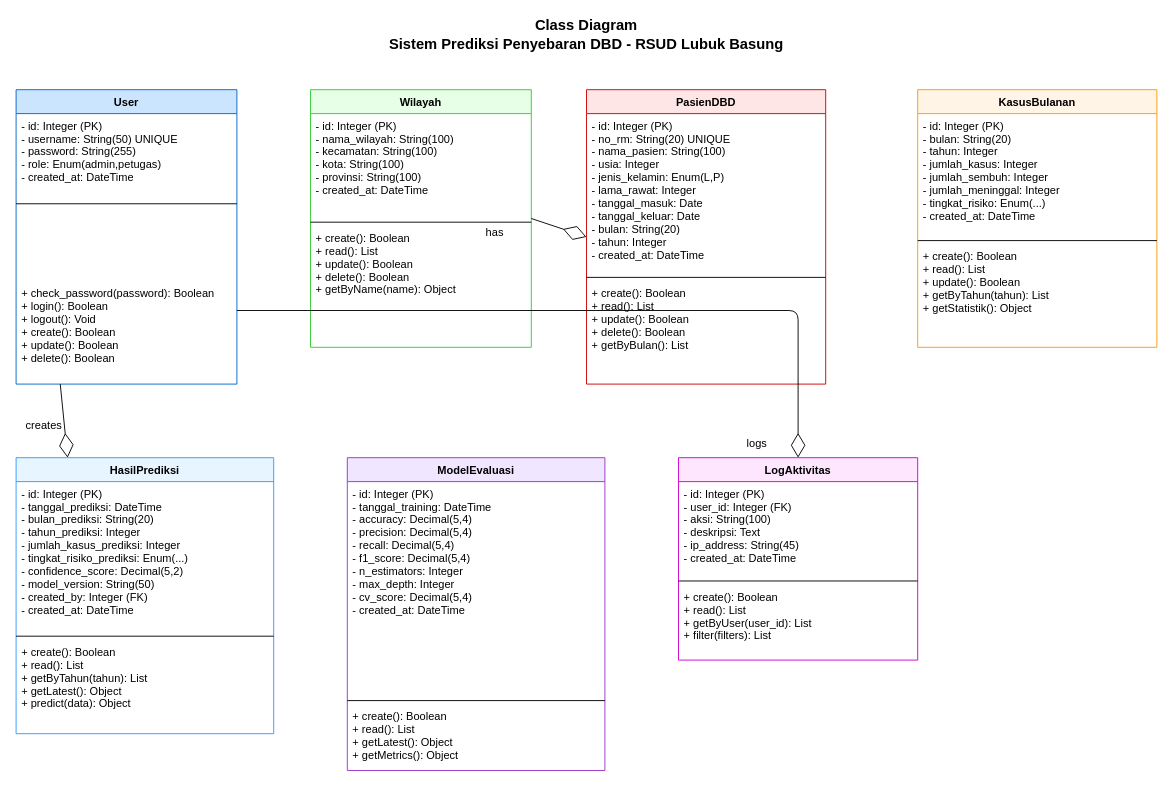
This is Dokumen/UML/class_diagram.drawio from Suwardi87/prediksi-DBD, a draw.io file, before an edit. Source tidied: cells renumbered, new cells numbered last; positions are measured from the earlier drawing's top-left corner, leaving out a move shared by most shapes. Both pictures are drawn from the tidied source at 92%, with x=0, y=0 at pixel (16, 16).
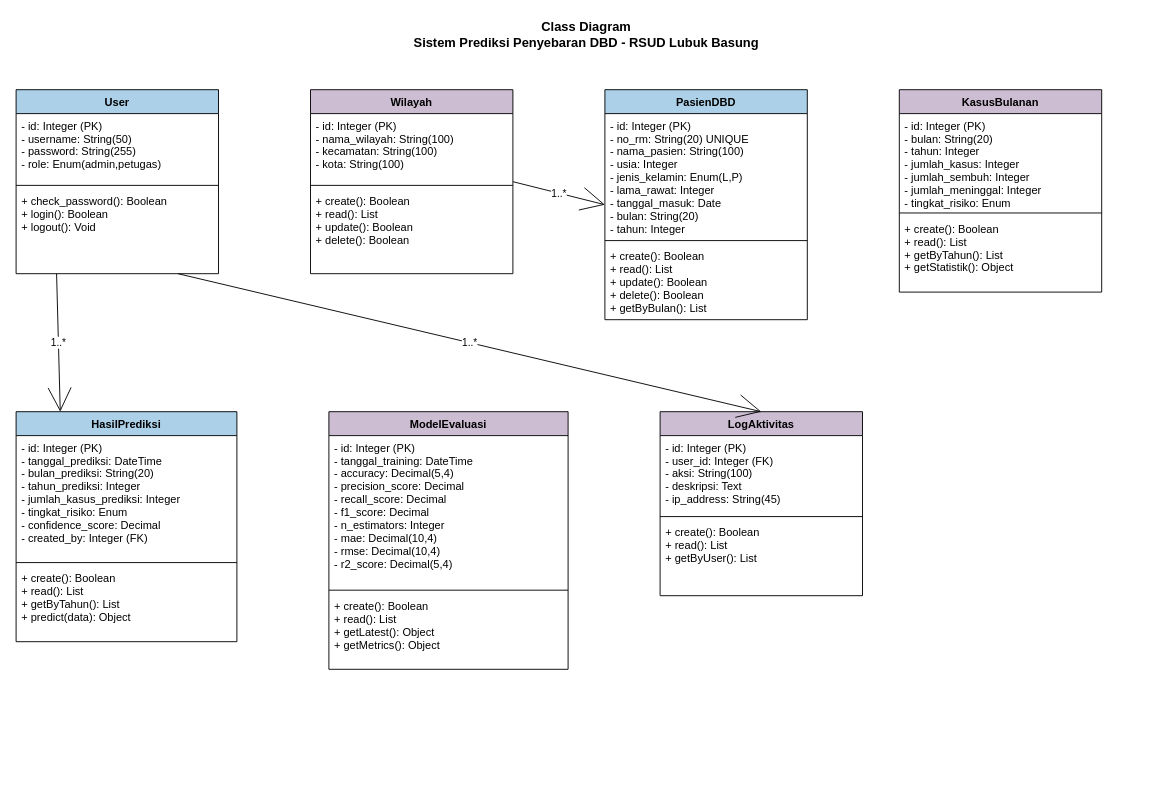
After the change.

Diff of the diagram source:
```diff
@@
-    <mxCell id="2" value="Class Diagram&#10;Sistem Prediksi Penyebaran DBD - RSUD Lubuk Basung" style="text;html=1;strokeColor=none;fillColor=none;align=center;verticalAlign=middle;whiteSpace=wrap;rounded=0;fontSize=16;fontStyle=1;" parent="1" vertex="1">
-      <mxGeometry x="370" width="500" height="40" as="geometry" />
+    <mxCell id="2" value="Class Diagram&#10;Sistem Prediksi Penyebaran DBD - RSUD Lubuk Basung" style="text;html=1;strokeColor=none;fillColor=none;align=center;verticalAlign=middle;whiteSpace=wrap;rounded=0;fontSize=14;fontStyle=1;" parent="1" vertex="1">
+      <mxGeometry x="320" width="600" height="40" as="geometry" />
     </mxCell>
-    <mxCell id="3" value="User" style="swimlane;fontStyle=1;align=center;verticalAlign=top;horizontal=1;startSize=26;fillColor=#CCE5FF;strokeColor=#0066CC;" parent="1" vertex="1">
-      <mxGeometry y="80" width="240" height="320" as="geometry" />
+    <mxCell id="3" value="User" style="swimlane;fontStyle=1;align=center;verticalAlign=top;horizontal=1;startSize=26;fillColor=#ACD0E8;strokeColor=#000000;" parent="1" vertex="1">
+      <mxGeometry y="80" width="220" height="200" as="geometry" />
     </mxCell>
-    <mxCell id="4" value="- id: Integer (PK)&#10;- username: String(50) UNIQUE&#10;- password: String(255)&#10;- role: Enum(admin,petugas)&#10;- created_at: DateTime" style="text;strokeColor=none;fillColor=none;align=left;verticalAlign=top;spacingLeft=4;spacingRight=4;overflow=hidden;" parent="3" vertex="1">
-      <mxGeometry y="26" width="240" height="94" as="geometry" />
-    </mxCell>
-    <mxCell id="5" style="line;strokeWidth=1;fillColor=none;align=left;verticalAlign=middle;spacingTop=-1;spacingLeft=3;spacingRight=3;labelPosition=right;" parent="3" vertex="1">
-      <mxGeometry y="120" width="240" height="8" as="geometry" />
-    </mxCell>
-    <mxCell id="6" value="+ check_password(password): Boolean&#10;+ login(): Boolean&#10;+ logout(): Void&#10;+ create(): Boolean&#10;+ update(): Boolean&#10;+ delete(): Boolean" style="text;strokeColor=none;fillColor=none;align=left;verticalAlign=top;spacingLeft=4;spacingRight=4;overflow=hidden;" parent="3" vertex="1">
-      <mxGeometry y="208" width="240" height="112" as="geometry" />
-    </mxCell>
+    <mxCell id="37" value="- id: Integer (PK)&#10;- username: String(50)&#10;- password: String(255)&#10;- role: Enum(admin,petugas)" style="text;strokeColor=none;fillColor=none;align=left;verticalAlign=top;spacingLeft=4;spacingRight=4;overflow=hidden;" parent="3" vertex="1">
+      <mxGeometry y="26" width="220" height="74" as="geometry" />
+    </mxCell>
+    <mxCell id="38" style="line;strokeWidth=1;fillColor=none;align=left;verticalAlign=middle;spacingTop=-1;spacingLeft=3;spacingRight=3;labelPosition=right;" parent="3" vertex="1">
+      <mxGeometry y="100" width="220" height="8" as="geometry" />
+    </mxCell>
+    <mxCell id="39" value="+ check_password(): Boolean&#10;+ login(): Boolean&#10;+ logout(): Void" style="text;strokeColor=none;fillColor=none;align=left;verticalAlign=top;spacingLeft=4;spacingRight=4;overflow=hidden;" parent="3" vertex="1">
+      <mxGeometry y="108" width="220" height="56" as="geometry" />
+    </mxCell>
-    <mxCell id="7" value="Wilayah" style="swimlane;fontStyle=1;align=center;verticalAlign=top;horizontal=1;startSize=26;fillColor=#E6FFE6;strokeColor=#33CC33;" parent="1" vertex="1">
-      <mxGeometry x="320" y="80" width="240" height="280" as="geometry" />
+    <mxCell id="7" value="Wilayah" style="swimlane;fontStyle=1;align=center;verticalAlign=top;horizontal=1;startSize=26;fillColor=#CCBDD3;strokeColor=#000000;" parent="1" vertex="1">
+      <mxGeometry x="320" y="80" width="220" height="200" as="geometry" />
     </mxCell>
-    <mxCell id="8" value="- id: Integer (PK)&#10;- nama_wilayah: String(100)&#10;- kecamatan: String(100)&#10;- kota: String(100)&#10;- provinsi: String(100)&#10;- created_at: DateTime" style="text;strokeColor=none;fillColor=none;align=left;verticalAlign=top;spacingLeft=4;spacingRight=4;overflow=hidden;" parent="7" vertex="1">
-      <mxGeometry y="26" width="240" height="114" as="geometry" />
-    </mxCell>
-    <mxCell id="9" style="line;strokeWidth=1;fillColor=none;align=left;verticalAlign=middle;spacingTop=-1;spacingLeft=3;spacingRight=3;labelPosition=right;" parent="7" vertex="1">
-      <mxGeometry y="140" width="240" height="8" as="geometry" />
-    </mxCell>
-    <mxCell id="10" value="+ create(): Boolean&#10;+ read(): List&#10;+ update(): Boolean&#10;+ delete(): Boolean&#10;+ getByName(name): Object" style="text;strokeColor=none;fillColor=none;align=left;verticalAlign=top;spacingLeft=4;spacingRight=4;overflow=hidden;" parent="7" vertex="1">
-      <mxGeometry y="148" width="240" height="102" as="geometry" />
-    </mxCell>
+    <mxCell id="40" value="- id: Integer (PK)&#10;- nama_wilayah: String(100)&#10;- kecamatan: String(100)&#10;- kota: String(100)" style="text;strokeColor=none;fillColor=none;align=left;verticalAlign=top;spacingLeft=4;spacingRight=4;overflow=hidden;" parent="7" vertex="1">
+      <mxGeometry y="26" width="220" height="74" as="geometry" />
+    </mxCell>
+    <mxCell id="41" style="line;strokeWidth=1;fillColor=none;align=left;verticalAlign=middle;spacingTop=-1;spacingLeft=3;spacingRight=3;labelPosition=right;" parent="7" vertex="1">
+      <mxGeometry y="100" width="220" height="8" as="geometry" />
+    </mxCell>
+    <mxCell id="42" value="+ create(): Boolean&#10;+ read(): List&#10;+ update(): Boolean&#10;+ delete(): Boolean" style="text;strokeColor=none;fillColor=none;align=left;verticalAlign=top;spacingLeft=4;spacingRight=4;overflow=hidden;" parent="7" vertex="1">
+      <mxGeometry y="108" width="220" height="74" as="geometry" />
+    </mxCell>
-    <mxCell id="11" value="PasienDBD" style="swimlane;fontStyle=1;align=center;verticalAlign=top;horizontal=1;startSize=26;fillColor=#FFE6E6;strokeColor=#CC0000;" parent="1" vertex="1">
-      <mxGeometry x="620" y="80" width="260" height="320" as="geometry" />
+    <mxCell id="11" value="PasienDBD" style="swimlane;fontStyle=1;align=center;verticalAlign=top;horizontal=1;startSize=26;fillColor=#ACD0E8;strokeColor=#000000;" parent="1" vertex="1">
+      <mxGeometry x="640" y="80" width="220" height="250" as="geometry" />
     </mxCell>
-    <mxCell id="12" value="- id: Integer (PK)&#10;- no_rm: String(20) UNIQUE&#10;- nama_pasien: String(100)&#10;- usia: Integer&#10;- jenis_kelamin: Enum(L,P)&#10;- lama_rawat: Integer&#10;- tanggal_masuk: Date&#10;- tanggal_keluar: Date&#10;- bulan: String(20)&#10;- tahun: Integer&#10;- created_at: DateTime" style="text;strokeColor=none;fillColor=none;align=left;verticalAlign=top;spacingLeft=4;spacingRight=4;overflow=hidden;" parent="11" vertex="1">
-      <mxGeometry y="26" width="260" height="174" as="geometry" />
-    </mxCell>
-    <mxCell id="13" style="line;strokeWidth=1;fillColor=none;align=left;verticalAlign=middle;spacingTop=-1;spacingLeft=3;spacingRight=3;labelPosition=right;" parent="11" vertex="1">
-      <mxGeometry y="200" width="260" height="8" as="geometry" />
-    </mxCell>
+    <mxCell id="43" value="- id: Integer (PK)&#10;- no_rm: String(20) UNIQUE&#10;- nama_pasien: String(100)&#10;- usia: Integer&#10;- jenis_kelamin: Enum(L,P)&#10;- lama_rawat: Integer&#10;- tanggal_masuk: Date&#10;- bulan: String(20)&#10;- tahun: Integer" style="text;strokeColor=none;fillColor=none;align=left;verticalAlign=top;spacingLeft=4;spacingRight=4;overflow=hidden;" parent="11" vertex="1">
+      <mxGeometry y="26" width="220" height="134" as="geometry" />
+    </mxCell>
+    <mxCell id="44" style="line;strokeWidth=1;fillColor=none;align=left;verticalAlign=middle;spacingTop=-1;spacingLeft=3;spacingRight=3;labelPosition=right;" parent="11" vertex="1">
+      <mxGeometry y="160" width="220" height="8" as="geometry" />
+    </mxCell>
     <mxCell id="14" value="+ create(): Boolean&#10;+ read(): List&#10;+ update(): Boolean&#10;+ delete(): Boolean&#10;+ getByBulan(): List" style="text;strokeColor=none;fillColor=none;align=left;verticalAlign=top;spacingLeft=4;spacingRight=4;overflow=hidden;" parent="11" vertex="1">
-      <mxGeometry y="208" width="260" height="92" as="geometry" />
+      <mxGeometry y="168" width="220" height="82" as="geometry" />
     </mxCell>
-    <mxCell id="15" value="KasusBulanan" style="swimlane;fontStyle=1;align=center;verticalAlign=top;horizontal=1;startSize=26;fillColor=#FFF4E6;strokeColor=#FF9900;" parent="1" vertex="1">
-      <mxGeometry x="980" y="80" width="260" height="280" as="geometry" />
+    <mxCell id="15" value="KasusBulanan" style="swimlane;fontStyle=1;align=center;verticalAlign=top;horizontal=1;startSize=26;fillColor=#CCBDD3;strokeColor=#000000;" parent="1" vertex="1">
+      <mxGeometry x="960" y="80" width="220" height="220" as="geometry" />
     </mxCell>
-    <mxCell id="16" value="- id: Integer (PK)&#10;- bulan: String(20)&#10;- tahun: Integer&#10;- jumlah_kasus: Integer&#10;- jumlah_sembuh: Integer&#10;- jumlah_meninggal: Integer&#10;- tingkat_risiko: Enum(...)&#10;- created_at: DateTime" style="text;strokeColor=none;fillColor=none;align=left;verticalAlign=top;spacingLeft=4;spacingRight=4;overflow=hidden;" parent="15" vertex="1">
-      <mxGeometry y="26" width="260" height="134" as="geometry" />
-    </mxCell>
-    <mxCell id="17" style="line;strokeWidth=1;fillColor=none;align=left;verticalAlign=middle;spacingTop=-1;spacingLeft=3;spacingRight=3;labelPosition=right;" parent="15" vertex="1">
-      <mxGeometry y="160" width="260" height="8" as="geometry" />
-    </mxCell>
-    <mxCell id="18" value="+ create(): Boolean&#10;+ read(): List&#10;+ update(): Boolean&#10;+ getByTahun(tahun): List&#10;+ getStatistik(): Object" style="text;strokeColor=none;fillColor=none;align=left;verticalAlign=top;spacingLeft=4;spacingRight=4;overflow=hidden;" parent="15" vertex="1">
-      <mxGeometry y="168" width="260" height="112" as="geometry" />
-    </mxCell>
+    <mxCell id="45" value="- id: Integer (PK)&#10;- bulan: String(20)&#10;- tahun: Integer&#10;- jumlah_kasus: Integer&#10;- jumlah_sembuh: Integer&#10;- jumlah_meninggal: Integer&#10;- tingkat_risiko: Enum" style="text;strokeColor=none;fillColor=none;align=left;verticalAlign=top;spacingLeft=4;spacingRight=4;overflow=hidden;" parent="15" vertex="1">
+      <mxGeometry y="26" width="220" height="104" as="geometry" />
+    </mxCell>
+    <mxCell id="46" style="line;strokeWidth=1;fillColor=none;align=left;verticalAlign=middle;spacingTop=-1;spacingLeft=3;spacingRight=3;labelPosition=right;" parent="15" vertex="1">
+      <mxGeometry y="130" width="220" height="8" as="geometry" />
+    </mxCell>
+    <mxCell id="47" value="+ create(): Boolean&#10;+ read(): List&#10;+ getByTahun(): List&#10;+ getStatistik(): Object" style="text;strokeColor=none;fillColor=none;align=left;verticalAlign=top;spacingLeft=4;spacingRight=4;overflow=hidden;" parent="15" vertex="1">
+      <mxGeometry y="138" width="220" height="64" as="geometry" />
+    </mxCell>
-    <mxCell id="19" value="HasilPrediksi" style="swimlane;fontStyle=1;align=center;verticalAlign=top;horizontal=1;startSize=26;fillColor=#E6F5FF;strokeColor=#3399FF;" parent="1" vertex="1">
-      <mxGeometry y="480" width="280" height="300" as="geometry" />
+    <mxCell id="19" value="HasilPrediksi" style="swimlane;fontStyle=1;align=center;verticalAlign=top;horizontal=1;startSize=26;fillColor=#ACD0E8;strokeColor=#000000;" parent="1" vertex="1">
+      <mxGeometry y="430" width="240" height="250" as="geometry" />
     </mxCell>
-    <mxCell id="20" value="- id: Integer (PK)&#10;- tanggal_prediksi: DateTime&#10;- bulan_prediksi: String(20)&#10;- tahun_prediksi: Integer&#10;- jumlah_kasus_prediksi: Integer&#10;- tingkat_risiko_prediksi: Enum(...)&#10;- confidence_score: Decimal(5,2)&#10;- model_version: String(50)&#10;- created_by: Integer (FK)&#10;- created_at: DateTime" style="text;strokeColor=none;fillColor=none;align=left;verticalAlign=top;spacingLeft=4;spacingRight=4;overflow=hidden;" parent="19" vertex="1">
-      <mxGeometry y="26" width="280" height="164" as="geometry" />
-    </mxCell>
-    <mxCell id="21" style="line;strokeWidth=1;fillColor=none;align=left;verticalAlign=middle;spacingTop=-1;spacingLeft=3;spacingRight=3;labelPosition=right;" parent="19" vertex="1">
-      <mxGeometry y="190" width="280" height="8" as="geometry" />
-    </mxCell>
-    <mxCell id="22" value="+ create(): Boolean&#10;+ read(): List&#10;+ getByTahun(tahun): List&#10;+ getLatest(): Object&#10;+ predict(data): Object" style="text;strokeColor=none;fillColor=none;align=left;verticalAlign=top;spacingLeft=4;spacingRight=4;overflow=hidden;" parent="19" vertex="1">
-      <mxGeometry y="198" width="280" height="102" as="geometry" />
-    </mxCell>
+    <mxCell id="48" value="- id: Integer (PK)&#10;- tanggal_prediksi: DateTime&#10;- bulan_prediksi: String(20)&#10;- tahun_prediksi: Integer&#10;- jumlah_kasus_prediksi: Integer&#10;- tingkat_risiko: Enum&#10;- confidence_score: Decimal&#10;- created_by: Integer (FK)" style="text;strokeColor=none;fillColor=none;align=left;verticalAlign=top;spacingLeft=4;spacingRight=4;overflow=hidden;" parent="19" vertex="1">
+      <mxGeometry y="26" width="240" height="134" as="geometry" />
+    </mxCell>
+    <mxCell id="49" style="line;strokeWidth=1;fillColor=none;align=left;verticalAlign=middle;spacingTop=-1;spacingLeft=3;spacingRight=3;labelPosition=right;" parent="19" vertex="1">
+      <mxGeometry y="160" width="240" height="8" as="geometry" />
+    </mxCell>
+    <mxCell id="50" value="+ create(): Boolean&#10;+ read(): List&#10;+ getByTahun(): List&#10;+ predict(data): Object" style="text;strokeColor=none;fillColor=none;align=left;verticalAlign=top;spacingLeft=4;spacingRight=4;overflow=hidden;" parent="19" vertex="1">
+      <mxGeometry y="168" width="240" height="64" as="geometry" />
+    </mxCell>
-    <mxCell id="23" value="ModelEvaluasi" style="swimlane;fontStyle=1;align=center;verticalAlign=top;horizontal=1;startSize=26;fillColor=#F0E6FF;strokeColor=#9933CC;" parent="1" vertex="1">
-      <mxGeometry x="360" y="480" width="280" height="340" as="geometry" />
+    <mxCell id="23" value="ModelEvaluasi" style="swimlane;fontStyle=1;align=center;verticalAlign=top;horizontal=1;startSize=26;fillColor=#CCBDD3;strokeColor=#000000;" parent="1" vertex="1">
+      <mxGeometry x="340" y="430" width="260" height="280" as="geometry" />
     </mxCell>
-    <mxCell id="24" value="- id: Integer (PK)&#10;- tanggal_training: DateTime&#10;- accuracy: Decimal(5,4)&#10;- precision: Decimal(5,4)&#10;- recall: Decimal(5,4)&#10;- f1_score: Decimal(5,4)&#10;- n_estimators: Integer&#10;- max_depth: Integer&#10;- cv_score: Decimal(5,4)&#10;- created_at: DateTime" style="text;strokeColor=none;fillColor=none;align=left;verticalAlign=top;spacingLeft=4;spacingRight=4;overflow=hidden;" parent="23" vertex="1">
-      <mxGeometry y="26" width="280" height="164" as="geometry" />
-    </mxCell>
-    <mxCell id="25" style="line;strokeWidth=1;fillColor=none;align=left;verticalAlign=middle;spacingTop=-1;spacingLeft=3;spacingRight=3;labelPosition=right;" parent="23" vertex="1">
-      <mxGeometry y="260" width="280" height="8" as="geometry" />
-    </mxCell>
+    <mxCell id="51" value="- id: Integer (PK)&#10;- tanggal_training: DateTime&#10;- accuracy: Decimal(5,4)&#10;- precision_score: Decimal&#10;- recall_score: Decimal&#10;- f1_score: Decimal&#10;- n_estimators: Integer&#10;- mae: Decimal(10,4)&#10;- rmse: Decimal(10,4)&#10;- r2_score: Decimal(5,4)" style="text;strokeColor=none;fillColor=none;align=left;verticalAlign=top;spacingLeft=4;spacingRight=4;overflow=hidden;" parent="23" vertex="1">
+      <mxGeometry y="26" width="260" height="164" as="geometry" />
+    </mxCell>
+    <mxCell id="52" style="line;strokeWidth=1;fillColor=none;align=left;verticalAlign=middle;spacingTop=-1;spacingLeft=3;spacingRight=3;labelPosition=right;" parent="23" vertex="1">
+      <mxGeometry y="190" width="260" height="8" as="geometry" />
+    </mxCell>
     <mxCell id="26" value="+ create(): Boolean&#10;+ read(): List&#10;+ getLatest(): Object&#10;+ getMetrics(): Object" style="text;strokeColor=none;fillColor=none;align=left;verticalAlign=top;spacingLeft=4;spacingRight=4;overflow=hidden;" parent="23" vertex="1">
-      <mxGeometry y="268" width="280" height="72" as="geometry" />
+      <mxGeometry y="198" width="260" height="64" as="geometry" />
     </mxCell>
-    <mxCell id="27" value="LogAktivitas" style="swimlane;fontStyle=1;align=center;verticalAlign=top;horizontal=1;startSize=26;fillColor=#FFE6FF;strokeColor=#CC00CC;" parent="1" vertex="1">
-      <mxGeometry x="720" y="480" width="260" height="220" as="geometry" />
+    <mxCell id="27" value="LogAktivitas" style="swimlane;fontStyle=1;align=center;verticalAlign=top;horizontal=1;startSize=26;fillColor=#CCBDD3;strokeColor=#000000;" parent="1" vertex="1">
+      <mxGeometry x="700" y="430" width="220" height="200" as="geometry" />
     </mxCell>
-    <mxCell id="28" value="- id: Integer (PK)&#10;- user_id: Integer (FK)&#10;- aksi: String(100)&#10;- deskripsi: Text&#10;- ip_address: String(45)&#10;- created_at: DateTime" style="text;strokeColor=none;fillColor=none;align=left;verticalAlign=top;spacingLeft=4;spacingRight=4;overflow=hidden;" parent="27" vertex="1">
-      <mxGeometry y="26" width="260" height="104" as="geometry" />
-    </mxCell>
-    <mxCell id="29" style="line;strokeWidth=1;fillColor=none;align=left;verticalAlign=middle;spacingTop=-1;spacingLeft=3;spacingRight=3;labelPosition=right;" parent="27" vertex="1">
-      <mxGeometry y="130" width="260" height="8" as="geometry" />
-    </mxCell>
-    <mxCell id="30" value="+ create(): Boolean&#10;+ read(): List&#10;+ getByUser(user_id): List&#10;+ filter(filters): List" style="text;strokeColor=none;fillColor=none;align=left;verticalAlign=top;spacingLeft=4;spacingRight=4;overflow=hidden;" parent="27" vertex="1">
-      <mxGeometry y="138" width="260" height="82" as="geometry" />
-    </mxCell>
+    <mxCell id="53" value="- id: Integer (PK)&#10;- user_id: Integer (FK)&#10;- aksi: String(100)&#10;- deskripsi: Text&#10;- ip_address: String(45)" style="text;strokeColor=none;fillColor=none;align=left;verticalAlign=top;spacingLeft=4;spacingRight=4;overflow=hidden;" parent="27" vertex="1">
+      <mxGeometry y="26" width="220" height="84" as="geometry" />
+    </mxCell>
+    <mxCell id="54" style="line;strokeWidth=1;fillColor=none;align=left;verticalAlign=middle;spacingTop=-1;spacingLeft=3;spacingRight=3;labelPosition=right;" parent="27" vertex="1">
+      <mxGeometry y="110" width="220" height="8" as="geometry" />
+    </mxCell>
+    <mxCell id="55" value="+ create(): Boolean&#10;+ read(): List&#10;+ getByUser(): List" style="text;strokeColor=none;fillColor=none;align=left;verticalAlign=top;spacingLeft=4;spacingRight=4;overflow=hidden;" parent="27" vertex="1">
+      <mxGeometry y="118" width="220" height="54" as="geometry" />
+    </mxCell>
-    <mxCell id="31" style="endArrow=diamondThin;endFill=0;endSize=24;html=1;exitX=1;exitY=0.5;exitDx=0;exitDy=0;entryX=0;entryY=0.5;entryDx=0;entryDy=0;" parent="1" edge="1" source="7" target="11">
+    <mxCell id="31" value="1..*" style="endArrow=open;endFill=0;endSize=24;html=1;exitX=1;exitY=0.5;entryX=0;entryY=0.5;" parent="1" edge="1" source="7" target="11">
       <mxGeometry relative="1" as="geometry" />
     </mxCell>
-    <mxCell id="32" value="has" style="text;html=1;align=center;verticalAlign=middle;" parent="1" vertex="1">
-      <mxGeometry x="500" y="220" width="40" height="30" as="geometry" />
-    </mxCell>
-    <mxCell id="33" style="endArrow=diamondThin;endFill=0;endSize=24;html=1;exitX=0.2;exitY=1;exitDx=0;exitDy=0;entryX=0.2;entryY=0;entryDx=0;entryDy=0;" parent="1" edge="1" source="3" target="19">
+    <mxCell id="33" value="1..*" style="endArrow=open;endFill=0;endSize=24;html=1;exitX=0.2;exitY=1;entryX=0.2;entryY=0;" parent="1" edge="1" source="3" target="19">
       <mxGeometry relative="1" as="geometry" />
     </mxCell>
-    <mxCell id="34" value="creates" style="text;html=1;align=center;verticalAlign=middle;" parent="1" vertex="1">
-      <mxGeometry y="430" width="60" height="30" as="geometry" />
-    </mxCell>
-    <mxCell id="35" style="endArrow=diamondThin;endFill=0;endSize=24;html=1;exitX=1;exitY=0.75;exitDx=0;exitDy=0;entryX=0.5;entryY=0;entryDx=0;entryDy=0;edgeStyle=orthogonalEdgeStyle;" parent="1" edge="1" source="3" target="27">
+    <mxCell id="35" value="1..*" style="endArrow=open;endFill=0;endSize=24;html=1;exitX=0.8;exitY=1;entryX=0.5;entryY=0;" parent="1" edge="1" source="3" target="27">
       <mxGeometry relative="1" as="geometry" />
     </mxCell>
-    <mxCell id="36" value="logs" style="text;html=1;align=center;verticalAlign=middle;" parent="1" vertex="1">
-      <mxGeometry x="780" y="450" width="50" height="30" as="geometry" />
-    </mxCell>
```
